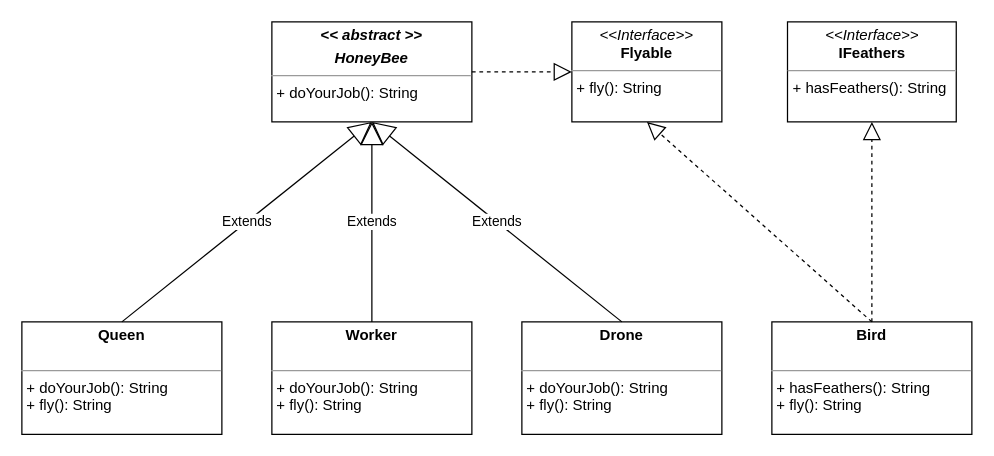
The draw.io diagram page "HoneyBee_2" (2 of 2) of honeybee.drawio in PP-Musterloesungen/08_Interfaces, before the edit. Source tidied: cells renumbered, new cells numbered last; positions are measured from the earlier drawing's top-left corner, leaving out a move shared by most shapes. Both pictures are drawn from the tidied source at 125%, with x=0, y=0 at pixel (21, 21).
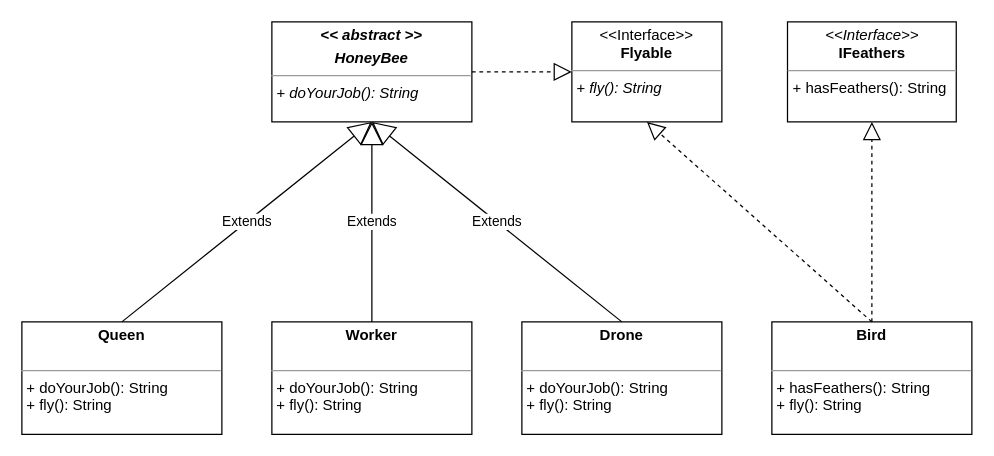
Above is the later version.

Commit message:
Abstrakt in Benennung in der UML

What changed in the source:
```diff
@@
 <mxGraphModel>
   <root>
     <mxCell id="0" />
     <mxCell id="1" parent="0" />
-    <mxCell id="2" value="&lt;p style=&quot;margin: 0px ; margin-top: 4px ; text-align: center&quot;&gt;&lt;b&gt;&lt;i&gt;&amp;lt;&amp;lt; abstract &amp;gt;&amp;gt;&lt;/i&gt;&lt;/b&gt;&lt;/p&gt;&lt;p style=&quot;margin: 0px ; margin-top: 4px ; text-align: center&quot;&gt;&lt;b&gt;&lt;i&gt;HoneyBee&lt;/i&gt;&lt;/b&gt;&lt;/p&gt;&lt;hr size=&quot;1&quot;&gt;&lt;p style=&quot;margin: 0px ; margin-left: 4px&quot;&gt;+ doYourJob(): String&lt;/p&gt;" style="verticalAlign=top;align=left;overflow=fill;fontSize=12;fontFamily=Helvetica;html=1;" parent="1" vertex="1">
+    <mxCell id="2" value="&lt;p style=&quot;margin: 0px ; margin-top: 4px ; text-align: center&quot;&gt;&lt;b&gt;&lt;i&gt;&amp;lt;&amp;lt; abstract &amp;gt;&amp;gt;&lt;/i&gt;&lt;/b&gt;&lt;/p&gt;&lt;p style=&quot;margin: 0px ; margin-top: 4px ; text-align: center&quot;&gt;&lt;b&gt;&lt;i&gt;HoneyBee&lt;/i&gt;&lt;/b&gt;&lt;/p&gt;&lt;hr size=&quot;1&quot;&gt;&lt;p style=&quot;margin: 0px ; margin-left: 4px&quot;&gt;&lt;i&gt;+ doYourJob(): String&lt;/i&gt;&lt;/p&gt;" style="verticalAlign=top;align=left;overflow=fill;fontSize=12;fontFamily=Helvetica;html=1;" parent="1" vertex="1">
       <mxGeometry x="200" width="160" height="80" as="geometry" />
     </mxCell>
     <mxCell id="3" value="&lt;p style=&quot;margin: 0px ; margin-top: 4px ; text-align: center&quot;&gt;&lt;b&gt;Queen&lt;/b&gt;&lt;/p&gt;&lt;p style=&quot;margin: 0px ; margin-left: 4px&quot;&gt;&lt;br&gt;&lt;/p&gt;&lt;hr size=&quot;1&quot;&gt;&lt;p style=&quot;margin: 0px ; margin-left: 4px&quot;&gt;+ doYourJob(): String&lt;br&gt;&lt;/p&gt;&lt;p style=&quot;margin: 0px ; margin-left: 4px&quot;&gt;+ fly(): String&lt;br&gt;&lt;/p&gt;" style="verticalAlign=top;align=left;overflow=fill;fontSize=12;fontFamily=Helvetica;html=1;" parent="1" vertex="1">
       <mxGeometry y="240" width="160" height="90" as="geometry" />
     </mxCell>
     <mxCell id="4" value="Extends" style="endArrow=block;endSize=16;endFill=0;html=1;exitX=0.5;exitY=0;exitDx=0;exitDy=0;entryX=0.5;entryY=1;entryDx=0;entryDy=0;" parent="1" edge="1" source="3" target="2">
       <mxGeometry relative="1" as="geometry" />
     </mxCell>
     <mxCell id="5" value="&lt;p style=&quot;margin: 0px ; margin-top: 4px ; text-align: center&quot;&gt;&lt;b&gt;Worker&lt;/b&gt;&lt;/p&gt;&lt;p style=&quot;margin: 0px ; margin-left: 4px&quot;&gt;&lt;br&gt;&lt;/p&gt;&lt;hr size=&quot;1&quot;&gt;&lt;p style=&quot;margin: 0px ; margin-left: 4px&quot;&gt;+ doYourJob(): String&lt;br&gt;&lt;/p&gt;&lt;p style=&quot;margin: 0px ; margin-left: 4px&quot;&gt;+ fly(): String&lt;br&gt;&lt;/p&gt;" style="verticalAlign=top;align=left;overflow=fill;fontSize=12;fontFamily=Helvetica;html=1;" parent="1" vertex="1">
       <mxGeometry x="200" y="240" width="160" height="90" as="geometry" />
     </mxCell>
     <mxCell id="6" value="&lt;p style=&quot;margin: 0px ; margin-top: 4px ; text-align: center&quot;&gt;&lt;b&gt;Drone&lt;/b&gt;&lt;/p&gt;&lt;p style=&quot;margin: 0px ; margin-left: 4px&quot;&gt;&lt;br&gt;&lt;/p&gt;&lt;hr size=&quot;1&quot;&gt;&lt;p style=&quot;margin: 0px ; margin-left: 4px&quot;&gt;+ doYourJob(): String&lt;br&gt;&lt;/p&gt;&lt;p style=&quot;margin: 0px ; margin-left: 4px&quot;&gt;+ fly(): String&lt;br&gt;&lt;/p&gt;" style="verticalAlign=top;align=left;overflow=fill;fontSize=12;fontFamily=Helvetica;html=1;" parent="1" vertex="1">
       <mxGeometry x="400" y="240" width="160" height="90" as="geometry" />
     </mxCell>
     <mxCell id="7" value="Extends" style="endArrow=block;endSize=16;endFill=0;html=1;exitX=0.5;exitY=0;exitDx=0;exitDy=0;entryX=0.5;entryY=1;entryDx=0;entryDy=0;" parent="1" edge="1" source="5" target="2">
       <mxGeometry relative="1" as="geometry" />
     </mxCell>
     <mxCell id="8" value="Extends" style="endArrow=block;endSize=16;endFill=0;html=1;exitX=0.5;exitY=0;exitDx=0;exitDy=0;entryX=0.5;entryY=1;entryDx=0;entryDy=0;" parent="1" edge="1" source="6" target="2">
       <mxGeometry relative="1" as="geometry" />
     </mxCell>
     <mxCell id="9" value="&lt;p style=&quot;margin: 0px ; margin-top: 4px ; text-align: center&quot;&gt;&lt;b&gt;Bird&lt;/b&gt;&lt;/p&gt;&lt;p style=&quot;margin: 0px ; margin-left: 4px&quot;&gt;&lt;br&gt;&lt;/p&gt;&lt;hr size=&quot;1&quot;&gt;&lt;p style=&quot;margin: 0px ; margin-left: 4px&quot;&gt;+ hasFeathers(): String&lt;br&gt;&lt;/p&gt;&lt;p style=&quot;margin: 0px ; margin-left: 4px&quot;&gt;+ fly(): String&lt;br&gt;&lt;/p&gt;" style="verticalAlign=top;align=left;overflow=fill;fontSize=12;fontFamily=Helvetica;html=1;" parent="1" vertex="1">
       <mxGeometry x="600" y="240" width="160" height="90" as="geometry" />
     </mxCell>
-    <mxCell id="10" value="&lt;p style=&quot;margin: 0px ; margin-top: 4px ; text-align: center&quot;&gt;&lt;i&gt;&amp;lt;&amp;lt;Interface&amp;gt;&amp;gt;&lt;/i&gt;&lt;br&gt;&lt;b&gt;Flyable&lt;/b&gt;&lt;/p&gt;&lt;hr size=&quot;1&quot;&gt;&lt;p style=&quot;margin: 0px ; margin-left: 4px&quot;&gt;+ fly(): String&lt;br&gt;&lt;/p&gt;" style="verticalAlign=top;align=left;overflow=fill;fontSize=12;fontFamily=Helvetica;html=1;" parent="1" vertex="1">
+    <mxCell id="10" value="&lt;p style=&quot;margin: 0px ; margin-top: 4px ; text-align: center&quot;&gt;&amp;lt;&amp;lt;Interface&amp;gt;&amp;gt;&lt;br&gt;&lt;b&gt;Flyable&lt;/b&gt;&lt;/p&gt;&lt;hr size=&quot;1&quot;&gt;&lt;p style=&quot;margin: 0px ; margin-left: 4px&quot;&gt;&lt;i&gt;+ fly(): String&lt;/i&gt;&lt;br&gt;&lt;/p&gt;" style="verticalAlign=top;align=left;overflow=fill;fontSize=12;fontFamily=Helvetica;html=1;" parent="1" vertex="1">
       <mxGeometry x="440" width="120" height="80" as="geometry" />
     </mxCell>
     <mxCell id="11" value="&lt;p style=&quot;margin: 0px ; margin-top: 4px ; text-align: center&quot;&gt;&lt;i&gt;&amp;lt;&amp;lt;Interface&amp;gt;&amp;gt;&lt;/i&gt;&lt;br&gt;&lt;b&gt;IFeathers&lt;/b&gt;&lt;/p&gt;&lt;hr size=&quot;1&quot;&gt;&lt;p style=&quot;margin: 0px ; margin-left: 4px&quot;&gt;+ hasFeathers(): String&lt;br&gt;&lt;/p&gt;" style="verticalAlign=top;align=left;overflow=fill;fontSize=12;fontFamily=Helvetica;html=1;" parent="1" vertex="1">
       <mxGeometry x="612.5" width="135" height="80" as="geometry" />
     </mxCell>
     <mxCell id="12" style="endArrow=block;dashed=1;endFill=0;endSize=12;html=1;entryX=0;entryY=0.5;entryDx=0;entryDy=0;exitX=1;exitY=0.5;exitDx=0;exitDy=0;" parent="1" edge="1" source="2" target="10">
       <mxGeometry relative="1" as="geometry" />
     </mxCell>
     <mxCell id="13" style="endArrow=block;dashed=1;endFill=0;endSize=12;html=1;entryX=0.5;entryY=1;entryDx=0;entryDy=0;exitX=0.5;exitY=0;exitDx=0;exitDy=0;" parent="1" edge="1" source="9" target="10">
       <mxGeometry relative="1" as="geometry" />
     </mxCell>
     <mxCell id="14" style="endArrow=block;dashed=1;endFill=0;endSize=12;html=1;entryX=0.5;entryY=1;entryDx=0;entryDy=0;" parent="1" edge="1" target="11">
       <mxGeometry relative="1" as="geometry">
         <mxPoint x="680" y="240" as="sourcePoint" />
       </mxGeometry>
     </mxCell>
   </root>
 </mxGraphModel>
```
